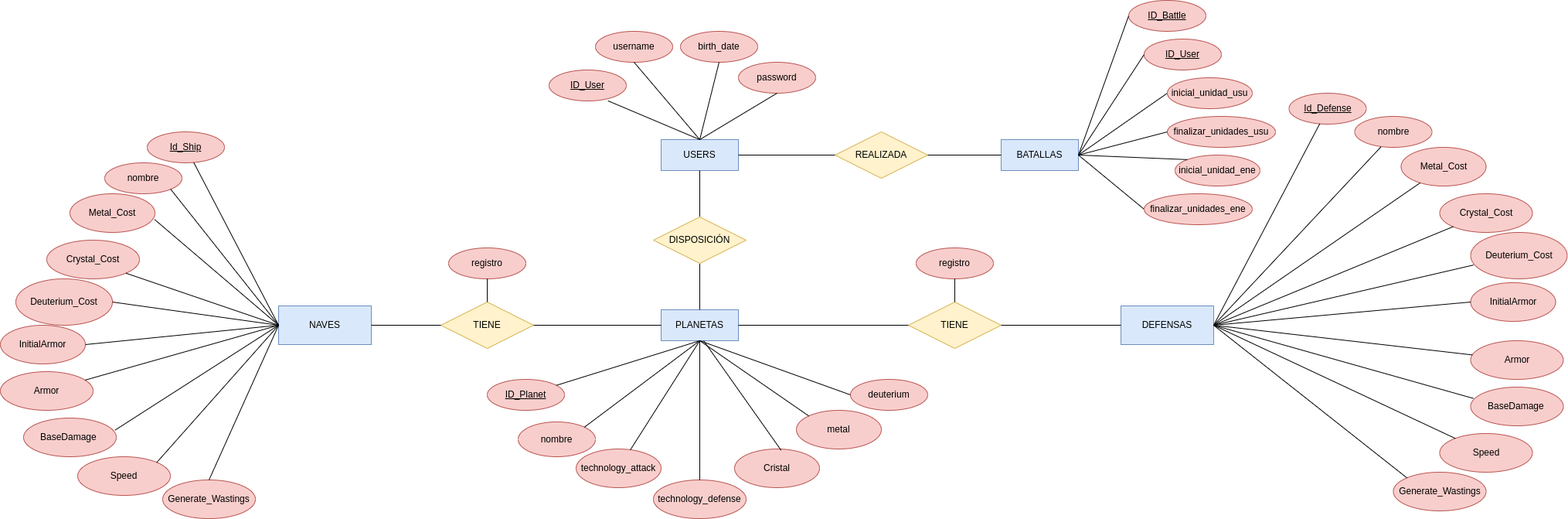
Above: M2/Diagrama_de_Chen.drawio.png in MehdiRegg777/ProyectoFinal2022 (draw.io), before the change. Source tidied: cells renumbered, new cells last; positions are measured from the earlier drawing's top-left corner, leaving out a move shared by most shapes.
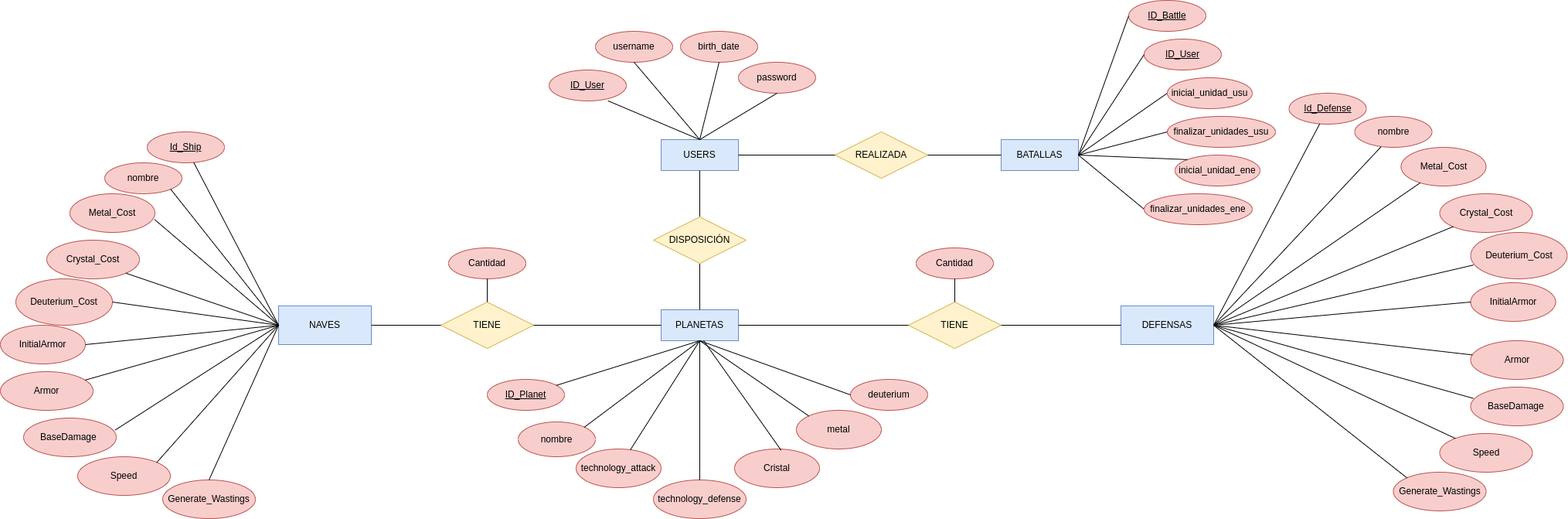
The same diagram one commit later.

The edit, as a diff of the source:
```diff
@@ -271,13 +271,13 @@
     <mxCell id="90" style="endArrow=none;html=1;rounded=0;entryX=0;entryY=0.5;entryDx=0;entryDy=0;exitX=1;exitY=0.5;exitDx=0;exitDy=0;" parent="1" edge="1" source="22" target="88">
       <mxGeometry relative="1" as="geometry" />
     </mxCell>
-    <mxCell id="91" value="registro" style="ellipse;whiteSpace=wrap;html=1;align=center;fillColor=#f8cecc;strokeColor=#b85450;" parent="1" vertex="1">
+    <mxCell id="91" value="Cantidad" style="ellipse;whiteSpace=wrap;html=1;align=center;fillColor=#f8cecc;strokeColor=#b85450;" parent="1" vertex="1">
       <mxGeometry x="1185" y="320" width="100" height="40" as="geometry" />
     </mxCell>
     <mxCell id="92" style="endArrow=none;html=1;rounded=0;exitX=0.5;exitY=0;exitDx=0;exitDy=0;entryX=0.5;entryY=1;entryDx=0;entryDy=0;" parent="1" edge="1" source="85" target="91">
       <mxGeometry relative="1" as="geometry" />
     </mxCell>
-    <mxCell id="93" value="registro" style="ellipse;whiteSpace=wrap;html=1;align=center;fillColor=#f8cecc;strokeColor=#b85450;" parent="1" vertex="1">
+    <mxCell id="93" value="Cantidad" style="ellipse;whiteSpace=wrap;html=1;align=center;fillColor=#f8cecc;strokeColor=#b85450;" parent="1" vertex="1">
       <mxGeometry x="580" y="320" width="100" height="40" as="geometry" />
     </mxCell>
     <mxCell id="94" style="endArrow=none;html=1;rounded=0;exitX=0.5;exitY=0;exitDx=0;exitDy=0;entryX=0.5;entryY=1;entryDx=0;entryDy=0;" parent="1" edge="1" source="88" target="93">
```
